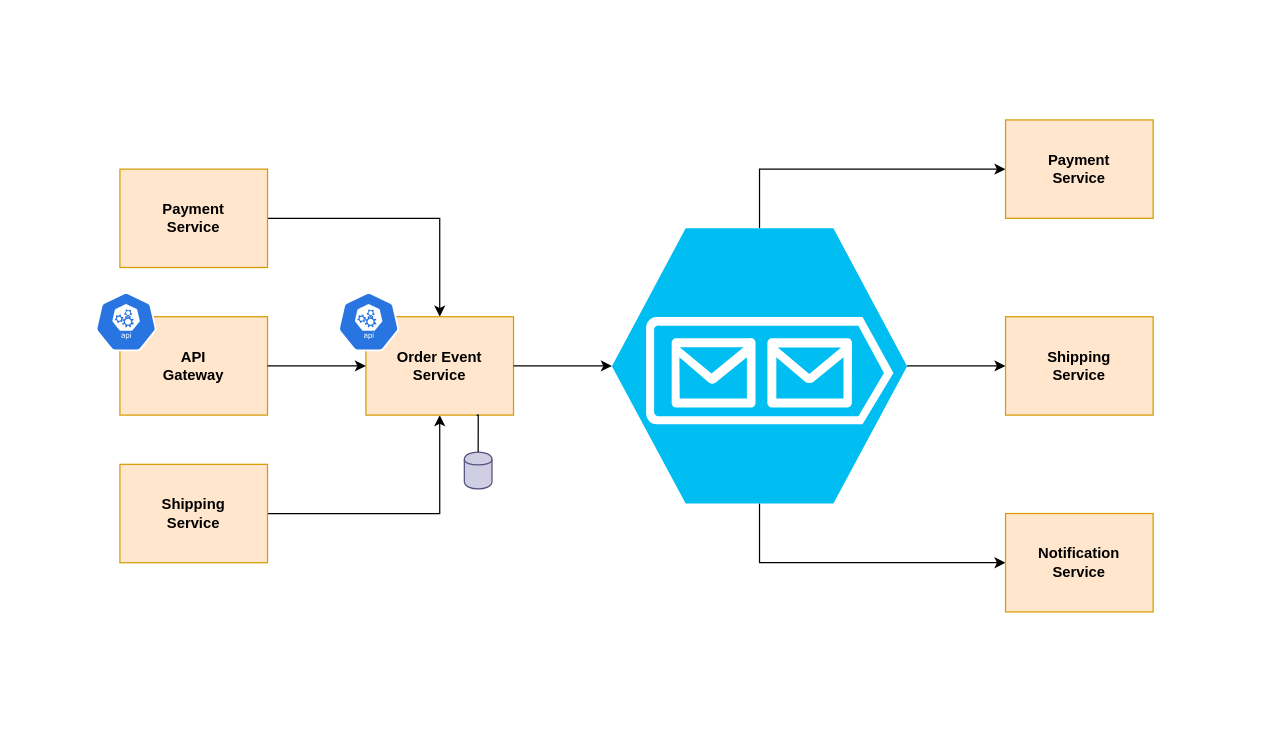
This is page "Page-1" (1 of 2) of drawio/architecture-diagram.drawio from event-driven-architecture-poc/event-driven-architecture-poc.github.io, a draw.io file, before an edit. Source tidied: cells renumbered, new cells numbered last; positions are measured from the earlier drawing's top-left corner, leaving out a move shared by most shapes. Both pictures are drawn from the tidied source at 123%, with x=0, y=0 at pixel (95, 119).
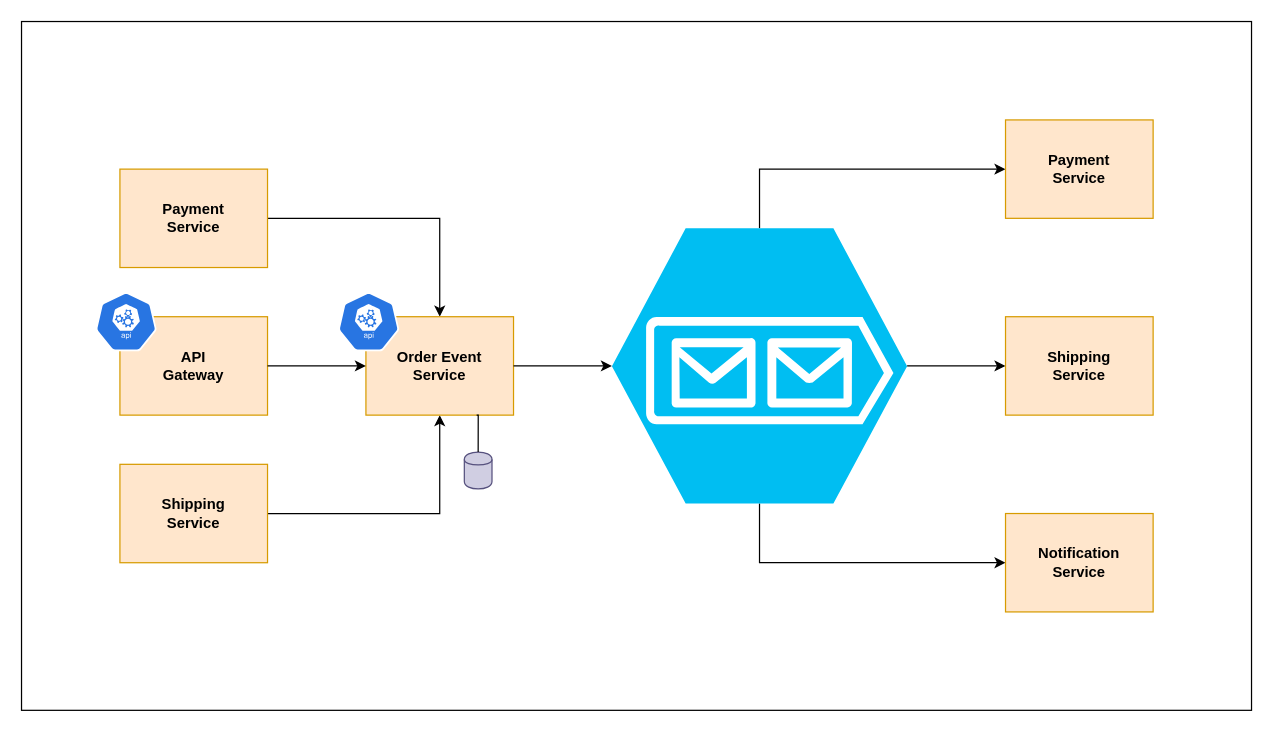
After the change.

Diff of the diagram source:
```diff
@@
+    <mxCell id="24" style="rounded=0;whiteSpace=wrap;html=1;" parent="1" vertex="1">
+      <mxGeometry x="-60" y="-80" width="1000" height="560" as="geometry" />
+    </mxCell>
```
